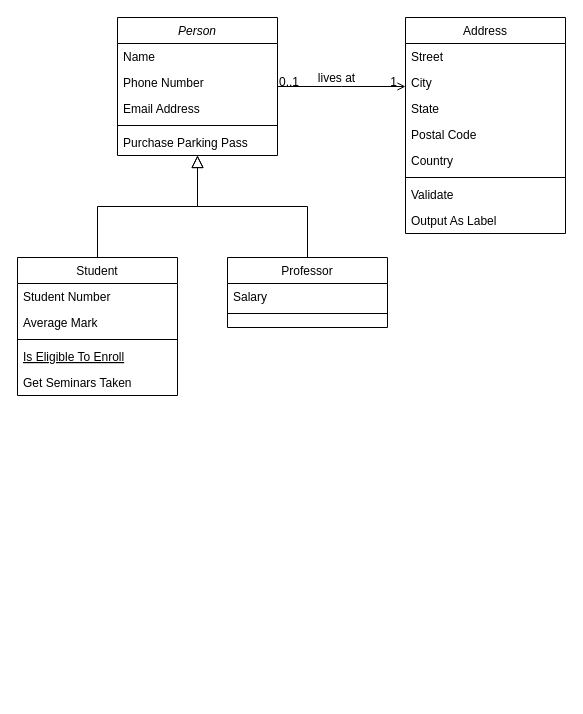
Before: Class-Diagram-Perpus-Digital.drawio in Agnianjelita/Tefa, a draw.io diagram. Source tidied: cells renumbered, new cells numbered last; positions are measured from the earlier drawing's top-left corner, leaving out a move shared by most shapes. Both pictures are drawn from the tidied source at 100%, with x=0, y=0 at pixel (17, 17).
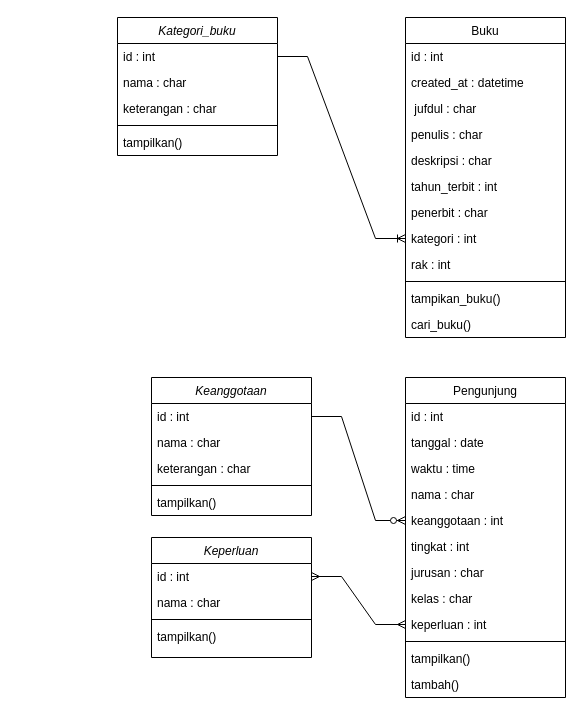
The same page after the edit.

Diff of the diagram source:
```diff
@@
-    <mxCell id="2" value="Person" style="swimlane;fontStyle=2;align=center;verticalAlign=top;horizontal=1;startSize=26;rounded=0;shadow=0;strokeWidth=1;" parent="1" vertex="1">
+    <mxCell id="2" value="Kategori_buku" style="swimlane;fontStyle=2;align=center;verticalAlign=top;horizontal=1;startSize=26;rounded=0;shadow=0;strokeWidth=1;" parent="1" vertex="1">
       <mxGeometry x="100" width="160" height="138" as="geometry" />
     </mxCell>
-    <mxCell id="3" value="Name" style="text;align=left;verticalAlign=top;spacingLeft=4;spacingRight=4;overflow=hidden;points=[[0,0.5],[1,0.5]];portConstraint=eastwest;" parent="2" vertex="1">
+    <mxCell id="3" value="id : int" style="text;align=left;verticalAlign=top;spacingLeft=4;spacingRight=4;overflow=hidden;points=[[0,0.5],[1,0.5]];portConstraint=eastwest;" parent="2" vertex="1">
       <mxGeometry y="26" width="160" height="26" as="geometry" />
     </mxCell>
-    <mxCell id="4" value="Phone Number" style="text;align=left;verticalAlign=top;spacingLeft=4;spacingRight=4;overflow=hidden;rounded=0;shadow=0;html=0;" parent="2" vertex="1">
+    <mxCell id="4" value="nama : char" style="text;align=left;verticalAlign=top;spacingLeft=4;spacingRight=4;overflow=hidden;rounded=0;shadow=0;html=0;" parent="2" vertex="1">
       <mxGeometry y="52" width="160" height="26" as="geometry" />
     </mxCell>
-    <mxCell id="5" value="Email Address" style="text;align=left;verticalAlign=top;spacingLeft=4;spacingRight=4;overflow=hidden;rounded=0;shadow=0;html=0;" parent="2" vertex="1">
+    <mxCell id="5" value="keterangan : char" style="text;align=left;verticalAlign=top;spacingLeft=4;spacingRight=4;overflow=hidden;rounded=0;shadow=0;html=0;" parent="2" vertex="1">
       <mxGeometry y="78" width="160" height="26" as="geometry" />
     </mxCell>
@@
-    <mxCell id="7" value="Purchase Parking Pass" style="text;align=left;verticalAlign=top;spacingLeft=4;spacingRight=4;overflow=hidden;" parent="2" vertex="1">
+    <mxCell id="7" value="tampilkan()" style="text;align=left;verticalAlign=top;spacingLeft=4;spacingRight=4;overflow=hidden;" parent="2" vertex="1">
       <mxGeometry y="112" width="160" height="26" as="geometry" />
     </mxCell>
-    <mxCell id="8" value="Student" style="swimlane;fontStyle=0;align=center;verticalAlign=top;horizontal=1;startSize=26;rounded=0;shadow=0;strokeWidth=1;" parent="1" vertex="1">
-      <mxGeometry y="240" width="160" height="138" as="geometry" />
-    </mxCell>
-    <mxCell id="9" value="Student Number" style="text;align=left;verticalAlign=top;spacingLeft=4;spacingRight=4;overflow=hidden;" parent="8" vertex="1">
-      <mxGeometry y="26" width="160" height="26" as="geometry" />
-    </mxCell>
-    <mxCell id="10" value="Average Mark" style="text;align=left;verticalAlign=top;spacingLeft=4;spacingRight=4;overflow=hidden;rounded=0;shadow=0;html=0;" parent="8" vertex="1">
-      <mxGeometry y="52" width="160" height="26" as="geometry" />
-    </mxCell>
-    <mxCell id="11" style="line;html=1;strokeWidth=1;align=left;verticalAlign=middle;spacingTop=-1;spacingLeft=3;spacingRight=3;labelPosition=right;" parent="8" vertex="1">
-      <mxGeometry y="78" width="160" height="8" as="geometry" />
-    </mxCell>
-    <mxCell id="12" value="Is Eligible To Enroll" style="text;align=left;verticalAlign=top;spacingLeft=4;spacingRight=4;overflow=hidden;fontStyle=4;" parent="8" vertex="1">
-      <mxGeometry y="86" width="160" height="26" as="geometry" />
-    </mxCell>
-    <mxCell id="13" value="Get Seminars Taken" style="text;align=left;verticalAlign=top;spacingLeft=4;spacingRight=4;overflow=hidden;" parent="8" vertex="1">
-      <mxGeometry y="112" width="160" height="26" as="geometry" />
-    </mxCell>
-    <mxCell id="14" style="endArrow=block;endSize=10;endFill=0;shadow=0;strokeWidth=1;rounded=0;curved=0;edgeStyle=elbowEdgeStyle;elbow=vertical;" parent="1" edge="1" source="8" target="2">
-      <mxGeometry relative="1" as="geometry" />
-    </mxCell>
-    <mxCell id="15" value="Professor" style="swimlane;fontStyle=0;align=center;verticalAlign=top;horizontal=1;startSize=26;rounded=0;shadow=0;strokeWidth=1;" parent="1" vertex="1">
-      <mxGeometry x="210" y="240" width="160" height="70" as="geometry" />
-    </mxCell>
-    <mxCell id="16" value="Salary" style="text;align=left;verticalAlign=top;spacingLeft=4;spacingRight=4;overflow=hidden;" parent="15" vertex="1">
-      <mxGeometry y="26" width="160" height="26" as="geometry" />
-    </mxCell>
-    <mxCell id="17" style="line;html=1;strokeWidth=1;align=left;verticalAlign=middle;spacingTop=-1;spacingLeft=3;spacingRight=3;labelPosition=right;" parent="15" vertex="1">
-      <mxGeometry y="52" width="160" height="8" as="geometry" />
-    </mxCell>
-    <mxCell id="18" style="endArrow=block;endSize=10;endFill=0;shadow=0;strokeWidth=1;rounded=0;curved=0;edgeStyle=elbowEdgeStyle;elbow=vertical;" parent="1" edge="1" source="15" target="2">
-      <mxGeometry relative="1" as="geometry" />
-    </mxCell>
-    <mxCell id="19" value="Address" style="swimlane;fontStyle=0;align=center;verticalAlign=top;horizontal=1;startSize=26;rounded=0;shadow=0;strokeWidth=1;" parent="1" vertex="1">
-      <mxGeometry x="388" width="160" height="216" as="geometry" />
+    <mxCell id="19" value="Buku" style="swimlane;fontStyle=0;align=center;verticalAlign=top;horizontal=1;startSize=26;rounded=0;shadow=0;strokeWidth=1;" parent="1" vertex="1">
+      <mxGeometry x="388" width="160" height="320" as="geometry" />
     </mxCell>
-    <mxCell id="20" value="Street" style="text;align=left;verticalAlign=top;spacingLeft=4;spacingRight=4;overflow=hidden;" parent="19" vertex="1">
+    <mxCell id="20" value="id : int" style="text;align=left;verticalAlign=top;spacingLeft=4;spacingRight=4;overflow=hidden;" parent="19" vertex="1">
       <mxGeometry y="26" width="160" height="26" as="geometry" />
     </mxCell>
-    <mxCell id="21" value="City" style="text;align=left;verticalAlign=top;spacingLeft=4;spacingRight=4;overflow=hidden;rounded=0;shadow=0;html=0;" parent="19" vertex="1">
+    <mxCell id="21" value="created_at : datetime" style="text;align=left;verticalAlign=top;spacingLeft=4;spacingRight=4;overflow=hidden;rounded=0;shadow=0;html=0;" parent="19" vertex="1">
       <mxGeometry y="52" width="160" height="26" as="geometry" />
     </mxCell>
-    <mxCell id="22" value="State" style="text;align=left;verticalAlign=top;spacingLeft=4;spacingRight=4;overflow=hidden;rounded=0;shadow=0;html=0;" parent="19" vertex="1">
+    <mxCell id="22" value=" jufdul : char" style="text;align=left;verticalAlign=top;spacingLeft=4;spacingRight=4;overflow=hidden;rounded=0;shadow=0;html=0;" parent="19" vertex="1">
       <mxGeometry y="78" width="160" height="26" as="geometry" />
     </mxCell>
-    <mxCell id="23" value="Postal Code" style="text;align=left;verticalAlign=top;spacingLeft=4;spacingRight=4;overflow=hidden;rounded=0;shadow=0;html=0;" parent="19" vertex="1">
+    <mxCell id="23" value="penulis : char" style="text;align=left;verticalAlign=top;spacingLeft=4;spacingRight=4;overflow=hidden;rounded=0;shadow=0;html=0;" parent="19" vertex="1">
       <mxGeometry y="104" width="160" height="26" as="geometry" />
     </mxCell>
-    <mxCell id="24" value="Country" style="text;align=left;verticalAlign=top;spacingLeft=4;spacingRight=4;overflow=hidden;rounded=0;shadow=0;html=0;" parent="19" vertex="1">
+    <mxCell id="24" value="deskripsi : char" style="text;align=left;verticalAlign=top;spacingLeft=4;spacingRight=4;overflow=hidden;rounded=0;shadow=0;html=0;" parent="19" vertex="1">
       <mxGeometry y="130" width="160" height="26" as="geometry" />
     </mxCell>
+    <mxCell id="32" value="tahun_terbit : int" style="text;align=left;verticalAlign=top;spacingLeft=4;spacingRight=4;overflow=hidden;rounded=0;shadow=0;html=0;" parent="19" vertex="1">
+      <mxGeometry y="156" width="160" height="26" as="geometry" />
+    </mxCell>
+    <mxCell id="33" value="penerbit : char" style="text;align=left;verticalAlign=top;spacingLeft=4;spacingRight=4;overflow=hidden;rounded=0;shadow=0;html=0;" parent="19" vertex="1">
+      <mxGeometry y="182" width="160" height="26" as="geometry" />
+    </mxCell>
+    <mxCell id="34" value="kategori : int" style="text;align=left;verticalAlign=top;spacingLeft=4;spacingRight=4;overflow=hidden;points=[[0,0.5],[1,0.5]];portConstraint=eastwest;rounded=0;shadow=0;html=0;" parent="19" vertex="1">
+      <mxGeometry y="208" width="160" height="26" as="geometry" />
+    </mxCell>
+    <mxCell id="35" value="rak : int" style="text;align=left;verticalAlign=top;spacingLeft=4;spacingRight=4;overflow=hidden;rounded=0;shadow=0;html=0;" parent="19" vertex="1">
+      <mxGeometry y="234" width="160" height="26" as="geometry" />
+    </mxCell>
     <mxCell id="25" style="line;html=1;strokeWidth=1;align=left;verticalAlign=middle;spacingTop=-1;spacingLeft=3;spacingRight=3;labelPosition=right;" parent="19" vertex="1">
-      <mxGeometry y="156" width="160" height="8" as="geometry" />
+      <mxGeometry y="260" width="160" height="8" as="geometry" />
     </mxCell>
-    <mxCell id="26" value="Validate" style="text;align=left;verticalAlign=top;spacingLeft=4;spacingRight=4;overflow=hidden;" parent="19" vertex="1">
-      <mxGeometry y="164" width="160" height="26" as="geometry" />
+    <mxCell id="26" value="tampikan_buku()" style="text;align=left;verticalAlign=top;spacingLeft=4;spacingRight=4;overflow=hidden;" parent="19" vertex="1">
+      <mxGeometry y="268" width="160" height="26" as="geometry" />
     </mxCell>
-    <mxCell id="27" value="Output As Label" style="text;align=left;verticalAlign=top;spacingLeft=4;spacingRight=4;overflow=hidden;" parent="19" vertex="1">
-      <mxGeometry y="190" width="160" height="26" as="geometry" />
+    <mxCell id="27" value="cari_buku()" style="text;align=left;verticalAlign=top;spacingLeft=4;spacingRight=4;overflow=hidden;" parent="19" vertex="1">
+      <mxGeometry y="294" width="160" height="26" as="geometry" />
     </mxCell>
-    <mxCell id="28" style="endArrow=open;shadow=0;strokeWidth=1;rounded=0;curved=0;endFill=1;edgeStyle=elbowEdgeStyle;elbow=vertical;" parent="1" edge="1" source="2" target="19">
-      <mxGeometry x="0.5" y="41" relative="1" as="geometry">
-        <mxPoint x="-40" y="32" as="offset" />
-      </mxGeometry>
-    </mxCell>
-    <mxCell id="29" value="0..1" style="align=left;verticalAlign=bottom;labelBackgroundColor=none;fontSize=12;" parent="28" vertex="1">
-      <mxGeometry x="-1" relative="1" as="geometry">
-        <mxPoint y="4" as="offset" />
-      </mxGeometry>
-    </mxCell>
-    <mxCell id="30" value="1" style="align=right;verticalAlign=bottom;labelBackgroundColor=none;fontSize=12;" parent="28" vertex="1">
-      <mxGeometry x="1" relative="1" as="geometry">
-        <mxPoint x="-7" y="4" as="offset" />
-      </mxGeometry>
-    </mxCell>
-    <mxCell id="31" value="lives at" style="text;html=1;align=center;verticalAlign=middle;labelBackgroundColor=none;rounded=0;shadow=0;strokeWidth=1;fontSize=12;" parent="28" vertex="1">
-      <mxGeometry x="0.5" y="49" relative="1" as="geometry">
-        <mxPoint x="-38" y="40" as="offset" />
-      </mxGeometry>
-    </mxCell>
+    <mxCell id="36" value="Pengunjung" style="swimlane;fontStyle=0;align=center;verticalAlign=top;horizontal=1;startSize=26;rounded=0;shadow=0;strokeWidth=1;" parent="1" vertex="1">
+      <mxGeometry x="388" y="360" width="160" height="320" as="geometry" />
+    </mxCell>
+    <mxCell id="37" value="id : int" style="text;align=left;verticalAlign=top;spacingLeft=4;spacingRight=4;overflow=hidden;" parent="36" vertex="1">
+      <mxGeometry y="26" width="160" height="26" as="geometry" />
+    </mxCell>
+    <mxCell id="38" value="tanggal : date" style="text;align=left;verticalAlign=top;spacingLeft=4;spacingRight=4;overflow=hidden;rounded=0;shadow=0;html=0;" parent="36" vertex="1">
+      <mxGeometry y="52" width="160" height="26" as="geometry" />
+    </mxCell>
+    <mxCell id="39" value="waktu : time" style="text;align=left;verticalAlign=top;spacingLeft=4;spacingRight=4;overflow=hidden;rounded=0;shadow=0;html=0;" parent="36" vertex="1">
+      <mxGeometry y="78" width="160" height="26" as="geometry" />
+    </mxCell>
+    <mxCell id="40" value="nama : char" style="text;align=left;verticalAlign=top;spacingLeft=4;spacingRight=4;overflow=hidden;rounded=0;shadow=0;html=0;" parent="36" vertex="1">
+      <mxGeometry y="104" width="160" height="26" as="geometry" />
+    </mxCell>
+    <mxCell id="41" value="keanggotaan : int" style="text;align=left;verticalAlign=top;spacingLeft=4;spacingRight=4;overflow=hidden;points=[[0,0.5],[1,0.5]];portConstraint=eastwest;rounded=0;shadow=0;html=0;" parent="36" vertex="1">
+      <mxGeometry y="130" width="160" height="26" as="geometry" />
+    </mxCell>
+    <mxCell id="42" value="tingkat : int" style="text;align=left;verticalAlign=top;spacingLeft=4;spacingRight=4;overflow=hidden;rounded=0;shadow=0;html=0;" parent="36" vertex="1">
+      <mxGeometry y="156" width="160" height="26" as="geometry" />
+    </mxCell>
+    <mxCell id="43" value="jurusan : char" style="text;align=left;verticalAlign=top;spacingLeft=4;spacingRight=4;overflow=hidden;rounded=0;shadow=0;html=0;" parent="36" vertex="1">
+      <mxGeometry y="182" width="160" height="26" as="geometry" />
+    </mxCell>
+    <mxCell id="44" value="kelas : char" style="text;align=left;verticalAlign=top;spacingLeft=4;spacingRight=4;overflow=hidden;rounded=0;shadow=0;html=0;" parent="36" vertex="1">
+      <mxGeometry y="208" width="160" height="26" as="geometry" />
+    </mxCell>
+    <mxCell id="45" value="keperluan : int" style="text;align=left;verticalAlign=top;spacingLeft=4;spacingRight=4;overflow=hidden;points=[[0,0.5],[1,0.5]];portConstraint=eastwest;rounded=0;shadow=0;html=0;" parent="36" vertex="1">
+      <mxGeometry y="234" width="160" height="26" as="geometry" />
+    </mxCell>
+    <mxCell id="46" style="line;html=1;strokeWidth=1;align=left;verticalAlign=middle;spacingTop=-1;spacingLeft=3;spacingRight=3;labelPosition=right;" parent="36" vertex="1">
+      <mxGeometry y="260" width="160" height="8" as="geometry" />
+    </mxCell>
+    <mxCell id="47" value="tampilkan()" style="text;align=left;verticalAlign=top;spacingLeft=4;spacingRight=4;overflow=hidden;" parent="36" vertex="1">
+      <mxGeometry y="268" width="160" height="26" as="geometry" />
+    </mxCell>
+    <mxCell id="48" value="tambah()" style="text;align=left;verticalAlign=top;spacingLeft=4;spacingRight=4;overflow=hidden;" parent="36" vertex="1">
+      <mxGeometry y="294" width="160" height="26" as="geometry" />
+    </mxCell>
+    <mxCell id="49" value="Keanggotaan" style="swimlane;fontStyle=2;align=center;verticalAlign=top;horizontal=1;startSize=26;rounded=0;shadow=0;strokeWidth=1;" parent="1" vertex="1">
+      <mxGeometry x="134" y="360" width="160" height="138" as="geometry" />
+    </mxCell>
+    <mxCell id="50" value="id : int" style="text;align=left;verticalAlign=top;spacingLeft=4;spacingRight=4;overflow=hidden;points=[[0,0.5],[1,0.5]];portConstraint=eastwest;" parent="49" vertex="1">
+      <mxGeometry y="26" width="160" height="26" as="geometry" />
+    </mxCell>
+    <mxCell id="51" value="nama : char" style="text;align=left;verticalAlign=top;spacingLeft=4;spacingRight=4;overflow=hidden;rounded=0;shadow=0;html=0;" parent="49" vertex="1">
+      <mxGeometry y="52" width="160" height="26" as="geometry" />
+    </mxCell>
+    <mxCell id="52" value="keterangan : char" style="text;align=left;verticalAlign=top;spacingLeft=4;spacingRight=4;overflow=hidden;rounded=0;shadow=0;html=0;" parent="49" vertex="1">
+      <mxGeometry y="78" width="160" height="26" as="geometry" />
+    </mxCell>
+    <mxCell id="53" style="line;html=1;strokeWidth=1;align=left;verticalAlign=middle;spacingTop=-1;spacingLeft=3;spacingRight=3;labelPosition=right;" parent="49" vertex="1">
+      <mxGeometry y="104" width="160" height="8" as="geometry" />
+    </mxCell>
+    <mxCell id="54" value="tampilkan()" style="text;align=left;verticalAlign=top;spacingLeft=4;spacingRight=4;overflow=hidden;" parent="49" vertex="1">
+      <mxGeometry y="112" width="160" height="26" as="geometry" />
+    </mxCell>
+    <mxCell id="55" value="Keperluan" style="swimlane;fontStyle=2;align=center;verticalAlign=top;horizontal=1;startSize=26;rounded=0;shadow=0;strokeWidth=1;" parent="1" vertex="1">
+      <mxGeometry x="134" y="520" width="160" height="120" as="geometry" />
+    </mxCell>
+    <mxCell id="56" value="id : int" style="text;align=left;verticalAlign=top;spacingLeft=4;spacingRight=4;overflow=hidden;points=[[0,0.5],[1,0.5]];portConstraint=eastwest;" parent="55" vertex="1">
+      <mxGeometry y="26" width="160" height="26" as="geometry" />
+    </mxCell>
+    <mxCell id="57" value="nama : char" style="text;align=left;verticalAlign=top;spacingLeft=4;spacingRight=4;overflow=hidden;rounded=0;shadow=0;html=0;" parent="55" vertex="1">
+      <mxGeometry y="52" width="160" height="26" as="geometry" />
+    </mxCell>
+    <mxCell id="11" style="line;html=1;strokeWidth=1;align=left;verticalAlign=middle;spacingTop=-1;spacingLeft=3;spacingRight=3;labelPosition=right;" parent="55" vertex="1">
+      <mxGeometry y="78" width="160" height="8" as="geometry" />
+    </mxCell>
+    <mxCell id="58" value="tampilkan()" style="text;align=left;verticalAlign=top;spacingLeft=4;spacingRight=4;overflow=hidden;" parent="55" vertex="1">
+      <mxGeometry y="86" width="160" height="26" as="geometry" />
+    </mxCell>
+    <mxCell id="59" style="edgeStyle=entityRelationEdgeStyle;fontSize=12;html=1;endArrow=ERzeroToMany;endFill=1;rounded=0;entryX=0;entryY=0.5;entryDx=0;entryDy=0;exitX=1;exitY=0.5;exitDx=0;exitDy=0;" parent="1" edge="1" source="50" target="41">
+      <mxGeometry relative="1" as="geometry" />
+    </mxCell>
+    <mxCell id="60" style="edgeStyle=entityRelationEdgeStyle;fontSize=12;html=1;endArrow=ERmany;startArrow=ERmany;rounded=0;entryX=0;entryY=0.5;entryDx=0;entryDy=0;exitX=1;exitY=0.5;exitDx=0;exitDy=0;" parent="1" edge="1" source="56" target="45">
+      <mxGeometry relative="1" as="geometry" />
+    </mxCell>
+    <mxCell id="61" style="edgeStyle=entityRelationEdgeStyle;fontSize=12;html=1;endArrow=ERoneToMany;rounded=0;entryX=0;entryY=0.5;entryDx=0;entryDy=0;exitX=1;exitY=0.5;exitDx=0;exitDy=0;" parent="1" edge="1" source="3" target="34">
+      <mxGeometry relative="1" as="geometry" />
+    </mxCell>
```
